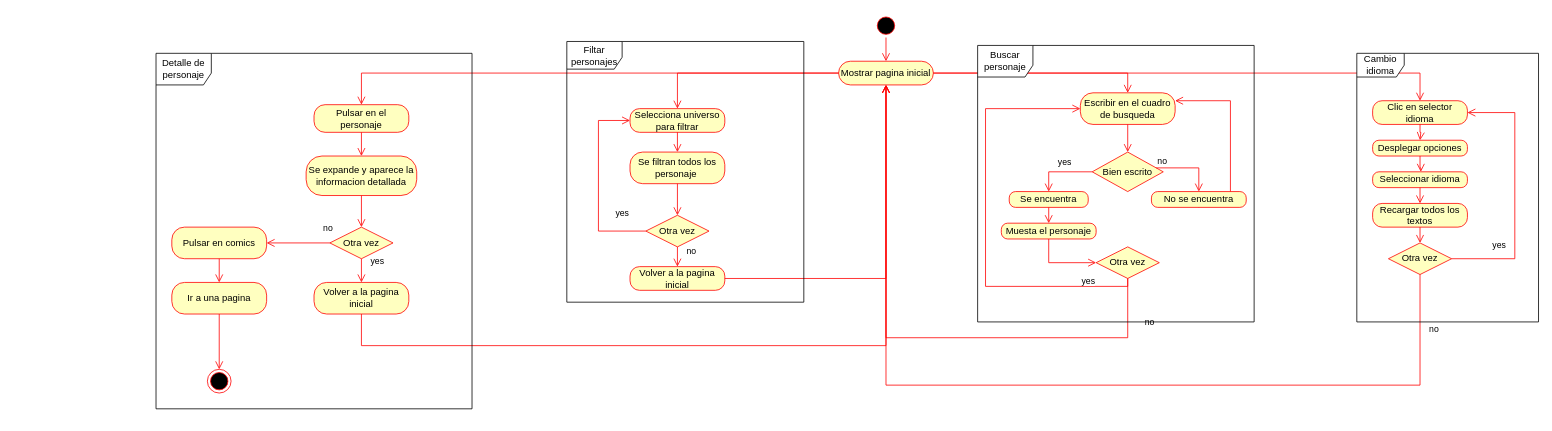
The draw.io diagram MarvelAPI/Diagrama_Actividad_Marvel.drawio in MarvelAPIProject/Marvel, before the edit. Source tidied: cells renumbered, new cells numbered last; positions are measured from the earlier drawing's top-left corner, leaving out a move shared by most shapes. Both pictures are drawn from the tidied source at 79%, with x=0, y=0 at pixel (156, 13).
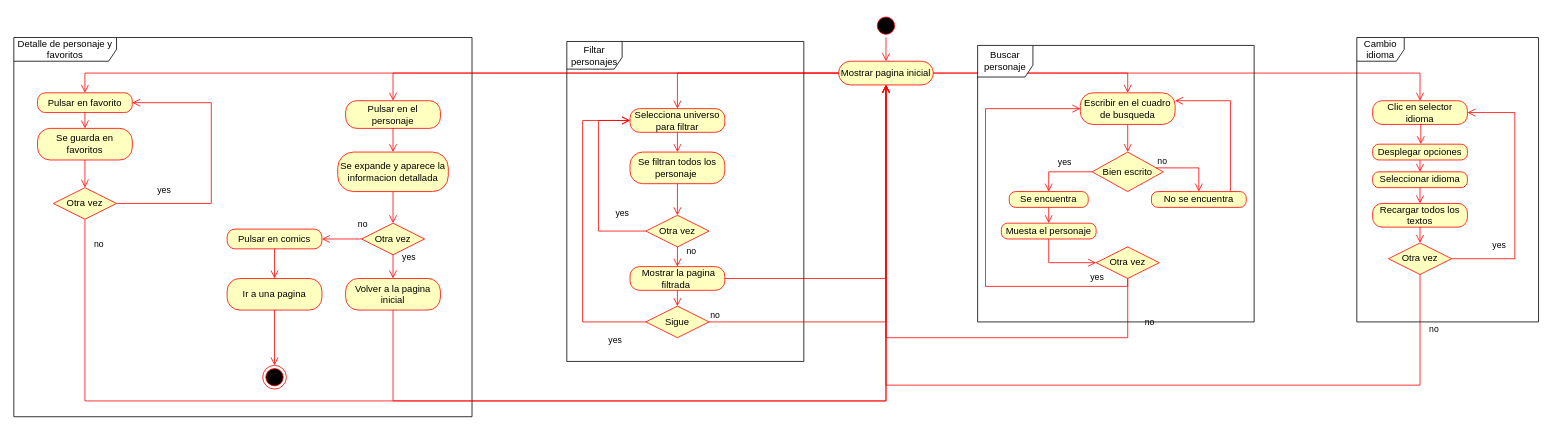
The same page after the edit.

Commit message:
Diagrama_actividad_actualizado

The change refers to these unchanged cells:
```xml
<mxCell id="4" value="Mostrar pagina inicial" style="rounded=1;whiteSpace=wrap;html=1;arcSize=50;fontColor=#000000;fillColor=#ffffc0;strokeColor=#ff0000;" parent="1" vertex="1">
  <mxGeometry x="864" y="60" width="120" height="30" as="geometry" />
</mxCell>
<mxCell id="16" value="Clic en selector idioma" style="rounded=1;whiteSpace=wrap;html=1;arcSize=40;fontColor=#000000;fillColor=#ffffc0;strokeColor=#ff0000;" parent="1" vertex="1">
  <mxGeometry x="1540" y="110" width="120" height="30" as="geometry" />
</mxCell>
<mxCell id="20" value="Seleccionar idioma" style="rounded=1;whiteSpace=wrap;html=1;arcSize=40;fontColor=#000000;fillColor=#ffffc0;strokeColor=#ff0000;" parent="1" vertex="1">
  <mxGeometry x="1540" y="200" width="120" height="20" as="geometry" />
</mxCell>
<mxCell id="25" value="Escribir en el cuadro de busqueda" style="rounded=1;whiteSpace=wrap;html=1;arcSize=40;fontColor=#000000;fillColor=#ffffc0;strokeColor=#ff0000;" parent="1" vertex="1">
  <mxGeometry x="1170" y="100" width="120" height="40" as="geometry" />
</mxCell>
<mxCell id="34" value="Otra vez" style="rhombus;whiteSpace=wrap;html=1;fontColor=#000000;fillColor=#ffffc0;strokeColor=#ff0000;" parent="1" vertex="1">
  <mxGeometry x="1190" y="295" width="80" height="40" as="geometry" />
</mxCell>
<mxCell id="38" value="Selecciona universo para filtrar" style="rounded=1;whiteSpace=wrap;html=1;arcSize=40;fontColor=#000000;fillColor=#ffffc0;strokeColor=#ff0000;" parent="1" vertex="1">
  <mxGeometry x="600" y="120" width="120" height="30" as="geometry" />
</mxCell>
```

Diff of the diagram source:
```diff
@@
     <mxCell id="6" style="ellipse;html=1;shape=endState;fillColor=#000000;strokeColor=#ff0000;" parent="1" vertex="1">
-      <mxGeometry x="65" y="450" width="30" height="30" as="geometry" />
+      <mxGeometry x="135" y="445" width="30" height="30" as="geometry" />
     </mxCell>
@@
-    <mxCell id="17" style="edgeStyle=orthogonalEdgeStyle;html=1;verticalAlign=bottom;endArrow=open;endSize=8;strokeColor=#ff0000;rounded=0;" parent="1" edge="1" source="16">
+    <mxCell id="17" style="edgeStyle=orthogonalEdgeStyle;html=1;verticalAlign=bottom;endArrow=open;endSize=8;strokeColor=#ff0000;rounded=0;" parent="1" edge="1" target="18">
       <mxGeometry relative="1" as="geometry">
-        <mxPoint x="1600" y="160" as="targetPoint" />
+        <mxPoint x="1600" y="140" as="sourcePoint" />
         <Array as="points">
-          <mxPoint x="1600" y="150" />
-          <mxPoint x="1601" y="150" />
+          <mxPoint x="1601" y="140" />
         </Array>
       </mxGeometry>
     </mxCell>
     <mxCell id="18" value="Desplegar opciones" style="rounded=1;whiteSpace=wrap;html=1;arcSize=40;fontColor=#000000;fillColor=#ffffc0;strokeColor=#ff0000;" parent="1" vertex="1">
-      <mxGeometry x="1540" y="160" width="120" height="20" as="geometry" />
+      <mxGeometry x="1540" y="165" width="120" height="20" as="geometry" />
     </mxCell>
     <mxCell id="19" style="edgeStyle=orthogonalEdgeStyle;html=1;verticalAlign=bottom;endArrow=open;endSize=8;strokeColor=#ff0000;rounded=0;" parent="1" edge="1" source="18" target="20">
       <mxGeometry relative="1" as="geometry">
         <Array as="points">
-          <mxPoint x="1600" y="195" />
-          <mxPoint x="1601" y="195" />
+          <mxPoint x="1600" y="200" />
+          <mxPoint x="1600" y="200" />
         </Array>
       </mxGeometry>
     </mxCell>
@@
     <mxCell id="24" value="Cambio idioma" style="shape=umlFrame;whiteSpace=wrap;html=1;" parent="1" vertex="1">
-      <mxGeometry x="1520" y="50" width="230" height="340" as="geometry" />
+      <mxGeometry x="1520" y="30" width="230" height="360" as="geometry" />
     </mxCell>
@@
     <mxCell id="36" value="yes" style="edgeStyle=orthogonalEdgeStyle;html=1;align=left;verticalAlign=top;endArrow=open;endSize=8;strokeColor=#ff0000;rounded=0;" parent="1" edge="1" source="34" target="25">
-      <mxGeometry x="-0.74" y="-20" relative="1" as="geometry">
+      <mxGeometry x="-0.78" y="-25" relative="1" as="geometry">
         <Array as="points">
           <mxPoint x="1230" y="345" />
           <mxPoint x="1050" y="345" />
           <mxPoint x="1050" y="120" />
         </Array>
       </mxGeometry>
     </mxCell>
@@
-    <mxCell id="45" value="Volver a la pagina inicial" style="rounded=1;whiteSpace=wrap;html=1;arcSize=40;fontColor=#000000;fillColor=#ffffc0;strokeColor=#ff0000;" parent="1" vertex="1">
+    <mxCell id="45" value="&amp;nbsp;Mostrar la pagina filtrada&amp;nbsp;" style="rounded=1;whiteSpace=wrap;html=1;arcSize=40;fontColor=#000000;fillColor=#ffffc0;strokeColor=#ff0000;" parent="1" vertex="1">
       <mxGeometry x="600" y="320" width="120" height="30" as="geometry" />
     </mxCell>
@@
     <mxCell id="47" value="Filtar personajes" style="shape=umlFrame;whiteSpace=wrap;html=1;width=70;height=35;" parent="1" vertex="1">
-      <mxGeometry x="520" y="35" width="300" height="330" as="geometry" />
+      <mxGeometry x="520" y="35" width="300" height="405" as="geometry" />
     </mxCell>
     <mxCell id="48" value="Pulsar en el personaje" style="rounded=1;whiteSpace=wrap;html=1;arcSize=40;fontColor=#000000;fillColor=#ffffc0;strokeColor=#ff0000;" parent="1" vertex="1">
-      <mxGeometry x="200" y="115" width="120" height="35" as="geometry" />
+      <mxGeometry x="240" y="110" width="120" height="35" as="geometry" />
     </mxCell>
@@
     <mxCell id="50" value="Se expande y aparece la informacion detallada" style="rounded=1;whiteSpace=wrap;html=1;arcSize=40;fontColor=#000000;fillColor=#ffffc0;strokeColor=#ff0000;" parent="1" vertex="1">
-      <mxGeometry x="190" y="180" width="140" height="50" as="geometry" />
+      <mxGeometry x="230" y="175" width="140" height="50" as="geometry" />
     </mxCell>
@@
     <mxCell id="52" value="Otra vez" style="rhombus;whiteSpace=wrap;html=1;fontColor=#000000;fillColor=#ffffc0;strokeColor=#ff0000;" parent="1" vertex="1">
-      <mxGeometry x="220" y="270" width="80" height="40" as="geometry" />
+      <mxGeometry x="260" y="265" width="80" height="40" as="geometry" />
     </mxCell>
@@
     <mxCell id="55" value="Volver a la pagina inicial" style="rounded=1;whiteSpace=wrap;html=1;arcSize=40;fontColor=#000000;fillColor=#ffffc0;strokeColor=#ff0000;" parent="1" vertex="1">
-      <mxGeometry x="200" y="340" width="120" height="40" as="geometry" />
+      <mxGeometry x="240" y="335" width="120" height="40" as="geometry" />
     </mxCell>
     <mxCell id="56" style="edgeStyle=orthogonalEdgeStyle;html=1;verticalAlign=bottom;endArrow=open;endSize=8;strokeColor=#ff0000;rounded=0;" parent="1" edge="1" source="55" target="4">
       <mxGeometry relative="1" as="geometry">
         <Array as="points">
-          <mxPoint x="260" y="420" />
-          <mxPoint x="924" y="420" />
+          <mxPoint x="300" y="490" />
+          <mxPoint x="924" y="490" />
         </Array>
       </mxGeometry>
     </mxCell>
     <mxCell id="57" value="Pulsar en comics" style="rounded=1;whiteSpace=wrap;html=1;arcSize=40;fontColor=#000000;fillColor=#ffffc0;strokeColor=#ff0000;" parent="1" vertex="1">
-      <mxGeometry x="20" y="270" width="120" height="40" as="geometry" />
+      <mxGeometry x="90" y="272.5" width="120" height="25" as="geometry" />
     </mxCell>
@@
     <mxCell id="59" value="Ir a una pagina" style="rounded=1;whiteSpace=wrap;html=1;arcSize=40;fontColor=#000000;fillColor=#ffffc0;strokeColor=#ff0000;" parent="1" vertex="1">
-      <mxGeometry x="20" y="340" width="120" height="40" as="geometry" />
+      <mxGeometry x="90" y="335" width="120" height="40" as="geometry" />
     </mxCell>
@@
-    <mxCell id="61" value="Detalle de personaje" style="shape=umlFrame;whiteSpace=wrap;html=1;width=70;height=40;" parent="1" vertex="1">
-      <mxGeometry y="50" width="400" height="450" as="geometry" />
+    <mxCell id="61" value="Detalle de personaje y favoritos" style="shape=umlFrame;whiteSpace=wrap;html=1;width=130;height=30;" parent="1" vertex="1">
+      <mxGeometry x="-180" y="30" width="580" height="480" as="geometry" />
     </mxCell>
+    <mxCell id="62" value="Sigue" style="rhombus;whiteSpace=wrap;html=1;fontColor=#000000;fillColor=#ffffc0;strokeColor=#ff0000;" parent="1" vertex="1">
+      <mxGeometry x="620" y="370" width="80" height="40" as="geometry" />
+    </mxCell>
+    <mxCell id="63" value="no" style="edgeStyle=orthogonalEdgeStyle;html=1;align=left;verticalAlign=bottom;endArrow=open;endSize=8;strokeColor=#ff0000;rounded=0;" parent="1" edge="1" source="62" target="4">
+      <mxGeometry x="-1" relative="1" as="geometry" />
+    </mxCell>
+    <mxCell id="64" value="yes" style="edgeStyle=orthogonalEdgeStyle;html=1;align=left;verticalAlign=top;endArrow=open;endSize=8;strokeColor=#ff0000;rounded=0;" parent="1" edge="1" source="62" target="38">
+      <mxGeometry x="-0.75" y="10" relative="1" as="geometry">
+        <Array as="points">
+          <mxPoint x="540" y="390" />
+          <mxPoint x="540" y="135" />
+        </Array>
+      </mxGeometry>
+    </mxCell>
+    <mxCell id="65" style="edgeStyle=orthogonalEdgeStyle;html=1;verticalAlign=bottom;endArrow=open;endSize=8;strokeColor=#ff0000;rounded=0;" parent="1" edge="1" source="45" target="62">
+      <mxGeometry relative="1" as="geometry" />
+    </mxCell>
+    <mxCell id="66" value="Pulsar en favorito" style="rounded=1;whiteSpace=wrap;html=1;arcSize=40;fontColor=#000000;fillColor=#ffffc0;strokeColor=#ff0000;" parent="1" vertex="1">
+      <mxGeometry x="-150" y="100" width="120" height="25" as="geometry" />
+    </mxCell>
+    <mxCell id="67" style="edgeStyle=orthogonalEdgeStyle;html=1;verticalAlign=bottom;endArrow=open;endSize=8;strokeColor=#ff0000;rounded=0;" parent="1" edge="1" source="66" target="69">
+      <mxGeometry relative="1" as="geometry" />
+    </mxCell>
+    <mxCell id="68" style="edgeStyle=orthogonalEdgeStyle;html=1;verticalAlign=bottom;endArrow=open;endSize=8;strokeColor=#ff0000;rounded=0;" parent="1" edge="1" source="4" target="66">
+      <mxGeometry relative="1" as="geometry" />
+    </mxCell>
+    <mxCell id="69" value="Se guarda en favoritos" style="rounded=1;whiteSpace=wrap;html=1;arcSize=40;fontColor=#000000;fillColor=#ffffc0;strokeColor=#ff0000;" parent="1" vertex="1">
+      <mxGeometry x="-150" y="145" width="120" height="40" as="geometry" />
+    </mxCell>
+    <mxCell id="70" style="edgeStyle=orthogonalEdgeStyle;html=1;verticalAlign=bottom;endArrow=open;endSize=8;strokeColor=#ff0000;rounded=0;" parent="1" edge="1" source="69" target="71">
+      <mxGeometry relative="1" as="geometry" />
+    </mxCell>
+    <mxCell id="71" value="Otra vez" style="rhombus;whiteSpace=wrap;html=1;fontColor=#000000;fillColor=#ffffc0;strokeColor=#ff0000;" parent="1" vertex="1">
+      <mxGeometry x="-130" y="220" width="80" height="40" as="geometry" />
+    </mxCell>
+    <mxCell id="72" value="no" style="edgeStyle=orthogonalEdgeStyle;html=1;align=left;verticalAlign=bottom;endArrow=open;endSize=8;strokeColor=#ff0000;rounded=0;" parent="1" edge="1" source="71" target="4">
+      <mxGeometry x="-0.95" y="10" relative="1" as="geometry">
+        <Array as="points">
+          <mxPoint x="-90" y="490" />
+          <mxPoint x="924" y="490" />
+        </Array>
+      </mxGeometry>
+    </mxCell>
+    <mxCell id="73" value="yes" style="edgeStyle=orthogonalEdgeStyle;html=1;align=left;verticalAlign=top;endArrow=open;endSize=8;strokeColor=#ff0000;rounded=0;" parent="1" edge="1" source="71" target="66">
+      <mxGeometry x="-0.71" y="30" relative="1" as="geometry">
+        <Array as="points">
+          <mxPoint x="70" y="240" />
+          <mxPoint x="70" y="112.5" />
+        </Array>
+      </mxGeometry>
+    </mxCell>
```
